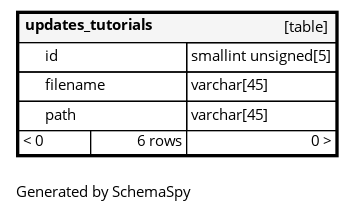
Before: diagrams/tables/updates_tutorials.1degree.png, a diagram exported from Graphviz (ta-forever/db). Its source is kept beside it as diagrams/tables/updates_tutorials.1degree.dot.
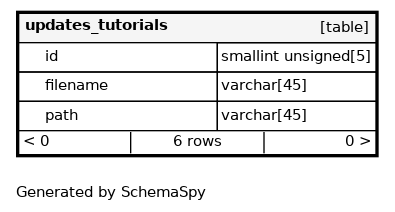
Above is the later version.

The edit, as a diff of the source:
```diff
@@ -1,13 +1,13 @@
 digraph "oneDegreeRelationshipsDiagram" {
-  graph [    rankdir="RL"    bgcolor="#ffffff"    label="\nGenerated by SchemaSpy"    labeljust="l"    nodesep="0.18"    ranksep="0.46"    fontname="Helvetica"    fontsize="11"    ration="compress"  ];  node [    fontname="Helvetica"    fontsize="11"    shape="plaintext"  ];  edge [    arrowsize="0.8"  ];
+  graph [    rankdir="RL"    bgcolor="#ffffff"    label="\nGenerated by SchemaSpy"    labeljust="l"    nodesep="0.18"    ranksep="0.46"    fontname="Helvetica"    fontsize="11"    packmode="graph"  ];  node [    fontname="Helvetica"    fontsize="11"    shape="plaintext"  ];  edge [    arrowsize="0.8"  ];
   "updates_tutorials" [
    label=<
     <TABLE BORDER="2" CELLBORDER="1" CELLSPACING="0" BGCOLOR="#ffffff">
-      <TR><TD COLSPAN="4"  BGCOLOR="#f5f5f5"><TABLE BORDER="0" CELLSPACING="0"><TR><TD ALIGN="LEFT" FIXEDSIZE="TRUE" WIDTH="105" HEIGHT="16"><B>updates_tutorials</B></TD><TD ALIGN="RIGHT">[table]</TD></TR></TABLE></TD></TR>
-      <TR><TD PORT="id" COLSPAN="2" BGCOLOR="#ffffff" ALIGN="LEFT"><TABLE BORDER="0" CELLSPACING="0" ALIGN="LEFT"><TR ALIGN="LEFT"><TD ALIGN="LEFT" FIXEDSIZE="TRUE" WIDTH="15" HEIGHT="16"></TD><TD ALIGN="LEFT" FIXEDSIZE="TRUE" WIDTH="105" HEIGHT="16">id</TD></TR></TABLE></TD><TD PORT="id.type" ALIGN="LEFT">smallint unsigned[5]</TD></TR>
-      <TR><TD PORT="filename" COLSPAN="2" ALIGN="LEFT"><TABLE BORDER="0" CELLSPACING="0" ALIGN="LEFT"><TR ALIGN="LEFT"><TD ALIGN="LEFT" FIXEDSIZE="TRUE" WIDTH="15" HEIGHT="16"></TD><TD ALIGN="LEFT" FIXEDSIZE="TRUE" WIDTH="105" HEIGHT="16">filename</TD></TR></TABLE></TD><TD PORT="filename.type" ALIGN="LEFT">varchar[45]</TD></TR>
-      <TR><TD PORT="path" COLSPAN="2" ALIGN="LEFT"><TABLE BORDER="0" CELLSPACING="0" ALIGN="LEFT"><TR ALIGN="LEFT"><TD ALIGN="LEFT" FIXEDSIZE="TRUE" WIDTH="15" HEIGHT="16"></TD><TD ALIGN="LEFT" FIXEDSIZE="TRUE" WIDTH="105" HEIGHT="16">path</TD></TR></TABLE></TD><TD PORT="path.type" ALIGN="LEFT">varchar[45]</TD></TR>
-      <TR><TD ALIGN="LEFT" BGCOLOR="#ffffff">&lt; 0</TD><TD ALIGN="RIGHT" BGCOLOR="#ffffff">6 rows</TD><TD ALIGN="RIGHT" BGCOLOR="#ffffff">0 &gt;</TD></TR>
+      <TR><TD COLSPAN="4"  BGCOLOR="#f5f5f5"><TABLE BORDER="0" CELLSPACING="0"><TR><TD ALIGN="LEFT" FIXEDSIZE="TRUE" WIDTH="128" HEIGHT="16"><B>updates_tutorials</B></TD><TD ALIGN="RIGHT">[table]</TD></TR></TABLE></TD></TR>
+      <TR><TD PORT="id" COLSPAN="2" BGCOLOR="#ffffff" ALIGN="LEFT"><TABLE BORDER="0" CELLSPACING="0" ALIGN="LEFT"><TR ALIGN="LEFT"><TD ALIGN="LEFT" FIXEDSIZE="TRUE" WIDTH="15" HEIGHT="16"></TD><TD ALIGN="LEFT" FIXEDSIZE="TRUE" WIDTH="128" HEIGHT="16">id</TD></TR></TABLE></TD><TD PORT="id.type" ALIGN="LEFT">smallint unsigned[5]</TD></TR>
+      <TR><TD PORT="filename" COLSPAN="2" ALIGN="LEFT"><TABLE BORDER="0" CELLSPACING="0" ALIGN="LEFT"><TR ALIGN="LEFT"><TD ALIGN="LEFT" FIXEDSIZE="TRUE" WIDTH="15" HEIGHT="16"></TD><TD ALIGN="LEFT" FIXEDSIZE="TRUE" WIDTH="128" HEIGHT="16">filename</TD></TR></TABLE></TD><TD PORT="filename.type" ALIGN="LEFT">varchar[45]</TD></TR>
+      <TR><TD PORT="path" COLSPAN="2" ALIGN="LEFT"><TABLE BORDER="0" CELLSPACING="0" ALIGN="LEFT"><TR ALIGN="LEFT"><TD ALIGN="LEFT" FIXEDSIZE="TRUE" WIDTH="15" HEIGHT="16"></TD><TD ALIGN="LEFT" FIXEDSIZE="TRUE" WIDTH="128" HEIGHT="16">path</TD></TR></TABLE></TD><TD PORT="path.type" ALIGN="LEFT">varchar[45]</TD></TR>
+      <TR><TD ALIGN="LEFT" CELLPADDING="0" BGCOLOR="#ffffff" COLSPAN="4" ><TABLE BORDER="0" CELLBORDER="0" CELLSPACING="0"><TR><TD ALIGN="LEFT" BGCOLOR="#ffffff">&lt; 0</TD><VR/><TD ALIGN="CENTER" BGCOLOR="#ffffff">6 rows</TD><VR/><TD ALIGN="RIGHT" BGCOLOR="#ffffff">0 &gt;</TD></TR></TABLE></TD></TR>
     </TABLE>>
     URL="updates_tutorials.html"
     target="_top"
```
